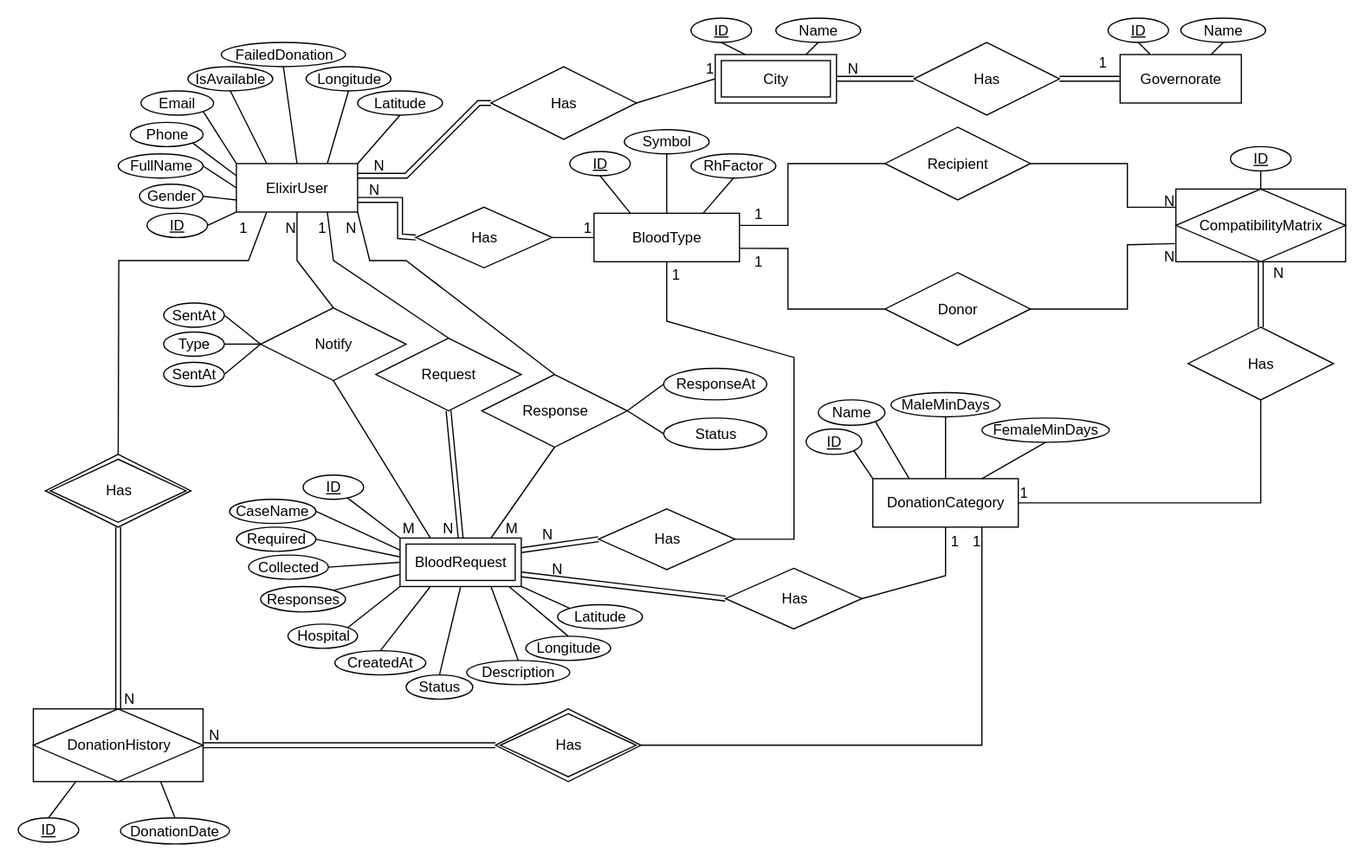
The draw.io diagram Docs/ElixirERD.svg in Yehia-Dakhly/Elixir, before a commit. Source tidied: cells renumbered, new cells last; positions are measured from the earlier drawing's top-left corner, leaving out a move shared by most shapes.
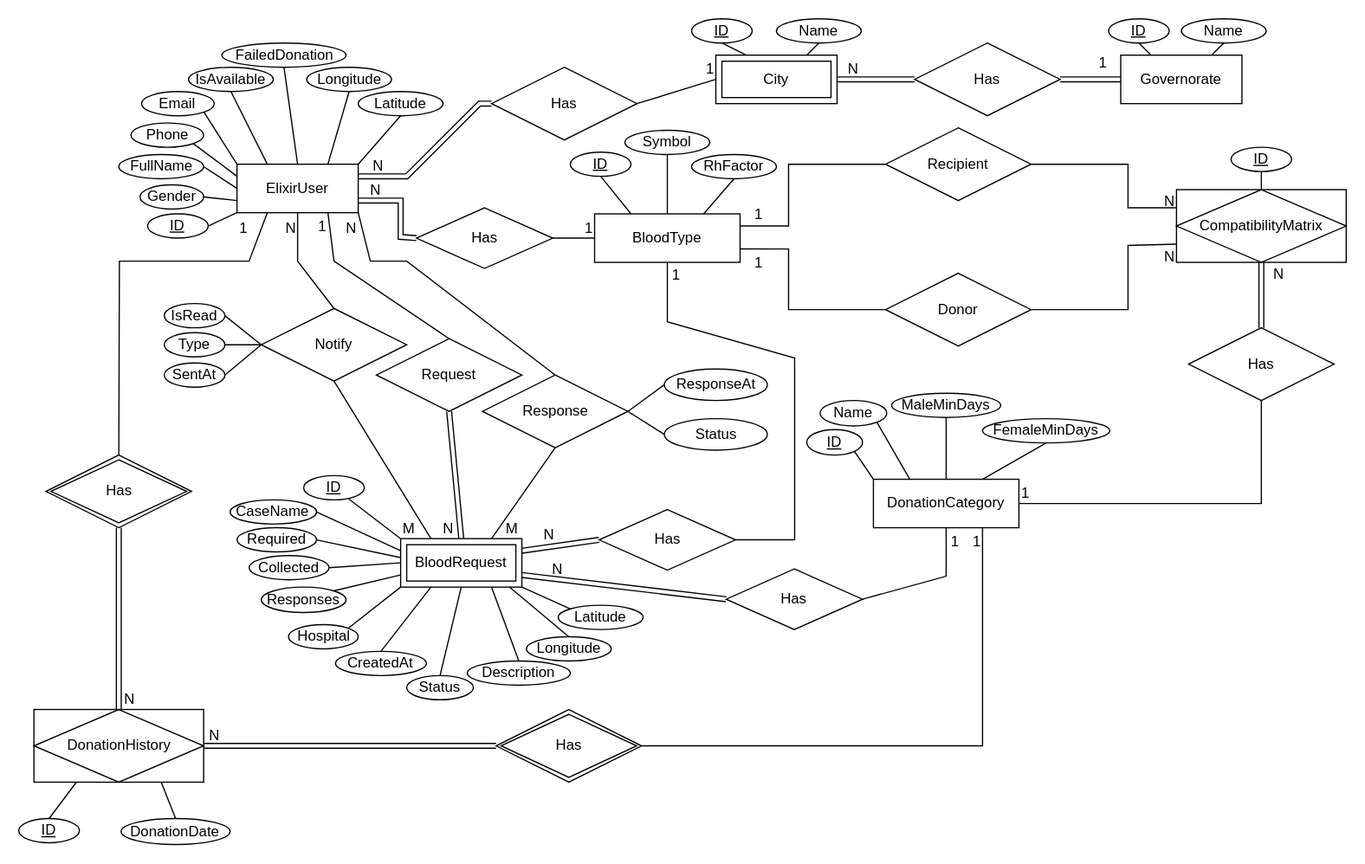
After the change.

Commit message:
Elixir ERD

Change to the diagram source:
```diff
@@ -186,7 +186,7 @@
     <mxCell id="54" style="endArrow=none;html=1;rounded=0;entryX=0.5;entryY=0;entryDx=0;entryDy=0;exitX=0.899;exitY=1.001;exitDx=0;exitDy=0;exitPerimeter=0;" parent="1" edge="1" source="15" target="52">
       <mxGeometry relative="1" as="geometry" />
     </mxCell>
-    <mxCell id="55" value="SentAt" style="ellipse;whiteSpace=wrap;html=1;align=center;" parent="1" vertex="1">
+    <mxCell id="55" value="IsRead" style="ellipse;whiteSpace=wrap;html=1;align=center;" parent="1" vertex="1">
       <mxGeometry x="120" y="235" width="50" height="20" as="geometry" />
     </mxCell>
     <mxCell id="56" style="endArrow=none;html=1;rounded=0;exitX=1;exitY=0.5;exitDx=0;exitDy=0;entryX=0;entryY=0.5;entryDx=0;entryDy=0;" parent="1" edge="1" source="128" target="42">
@@ -226,7 +226,7 @@
       <mxGeometry relative="1" as="geometry" />
     </mxCell>
     <mxCell id="68" value="Name" style="ellipse;whiteSpace=wrap;html=1;align=center;" parent="1" vertex="1">
-      <mxGeometry x="660" y="315" width="55" height="21" as="geometry" />
+      <mxGeometry x="661" y="315" width="55" height="21" as="geometry" />
     </mxCell>
     <mxCell id="69" style="endArrow=none;html=1;rounded=0;exitX=0.25;exitY=0;exitDx=0;exitDy=0;entryX=1;entryY=1;entryDx=0;entryDy=0;" parent="1" edge="1" source="58" target="68">
       <mxGeometry relative="1" as="geometry" />
```
